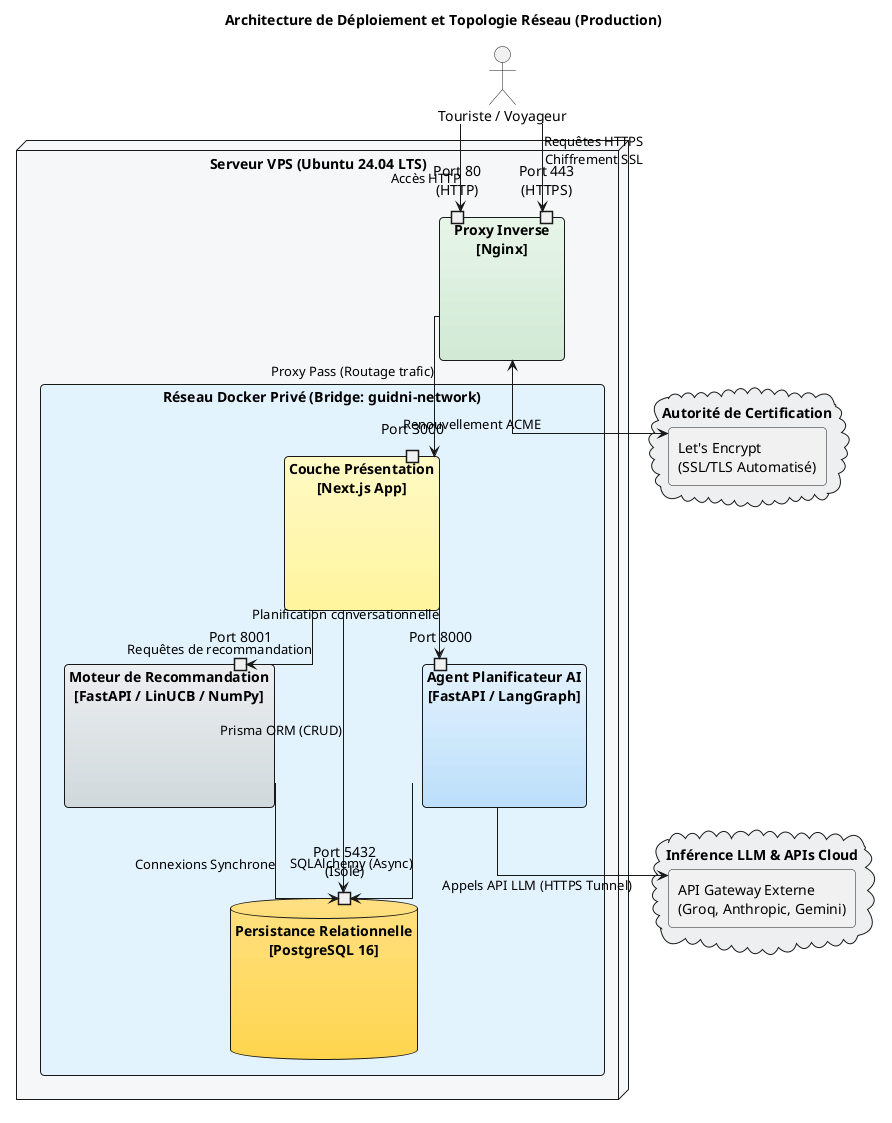
Earlier version of the PlantUML export diagrams/diagramme_deploiement.png (ahmed-addali/rapport).
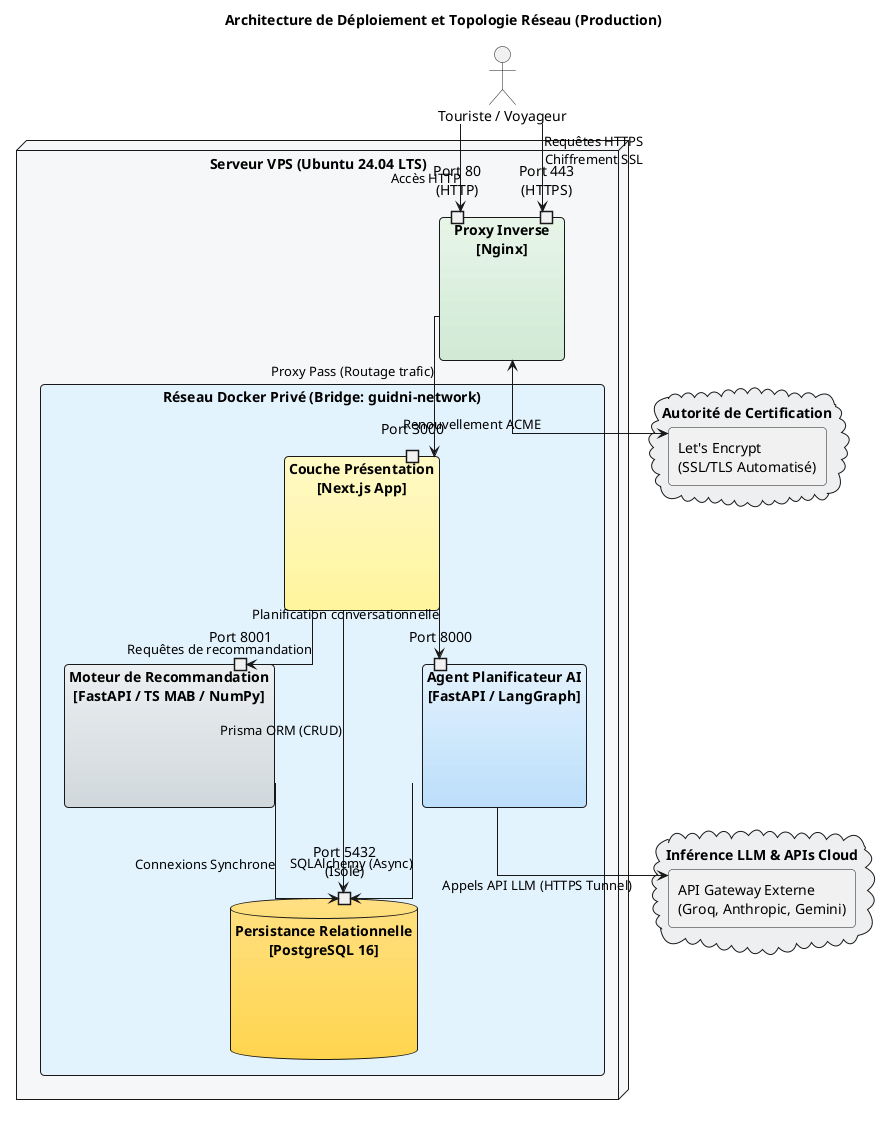
The same file after the commit.

Diff of the diagram source:
```diff
@@ -26,7 +26,7 @@
             portin "Port 8000" as P8000
         }
 
-        component "Moteur de Recommandation\n[FastAPI / LinUCB / NumPy]" as Reco #ECEFF1-CFD8DC {
+        component "Moteur de Recommandation\n[FastAPI / TS MAB / NumPy]" as Reco #ECEFF1-CFD8DC {
             portin "Port 8001" as P8001
         }
 
```
